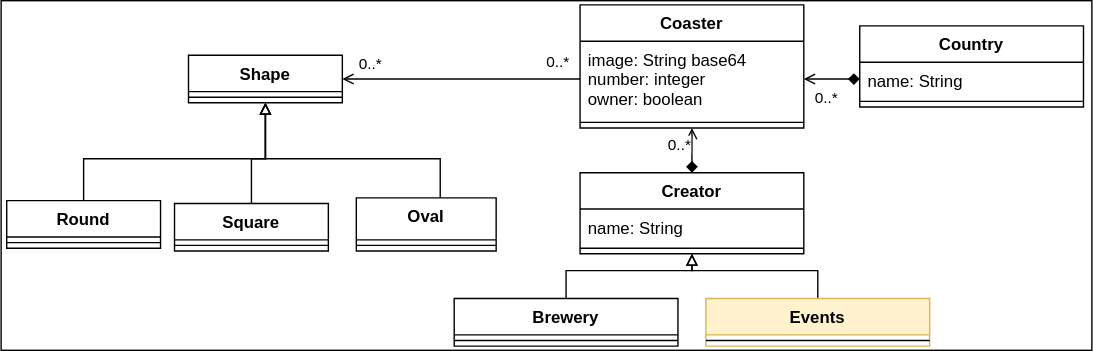
Before: src/content/docs/blog/img/posts/2021-05-15-connecting-meta-models/extended-coaster-model.drawio.svg, a diagram exported from draw.io (moosetechnology/moosetechnology.github.io). Source tidied: cells renumbered, new cells last; positions are measured from the earlier drawing's top-left corner, leaving out a move shared by most shapes.
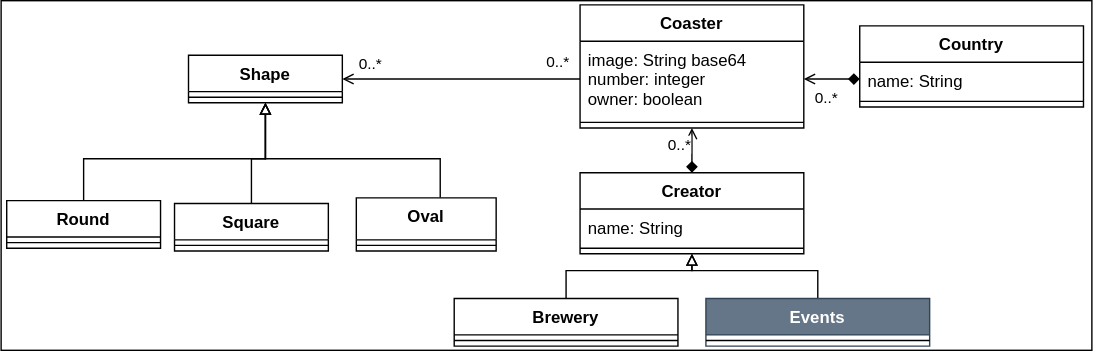
The same file after the commit.

Commit message:
background of one class in one uml diagram for dark theme

Diff of the diagram source:
```diff
@@ -121,7 +121,7 @@
     <mxCell id="33" style="edgeStyle=orthogonalEdgeStyle;rounded=0;jettySize=auto;html=1;entryX=0.5;entryY=1;entryDx=0;entryDy=0;endArrow=block;endFill=0;" parent="1" edge="1" source="34" target="30">
       <mxGeometry relative="1" as="geometry" />
     </mxCell>
-    <mxCell id="34" value="Events" style="swimlane;fontStyle=1;align=center;verticalAlign=top;horizontal=1;startSize=26;fillColor=#fff2cc;strokeColor=#d6b656;" parent="1" vertex="1">
+    <mxCell id="34" value="Events" style="swimlane;fontStyle=1;align=center;verticalAlign=top;horizontal=1;startSize=26;fillColor=#647687;strokeColor=#314354;fontColor=#ffffff;" parent="1" vertex="1">
       <mxGeometry x="504" y="213" width="160" height="34" as="geometry" />
     </mxCell>
     <mxCell id="35" style="line;strokeWidth=1;fillColor=none;align=left;verticalAlign=middle;spacingTop=-1;spacingLeft=3;spacingRight=3;labelPosition=right;" parent="34" vertex="1">
```
